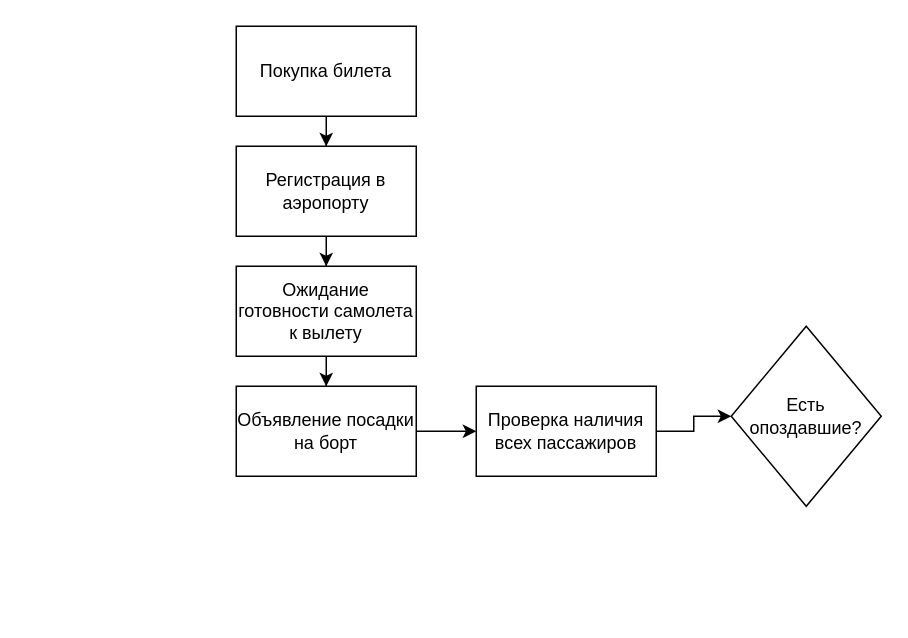
Before: Диаграмма без названия.drawio in dimi34alex/tipis, a draw.io diagram. Source tidied: cells renumbered, new cells numbered last; positions are measured from the earlier drawing's top-left corner, leaving out a move shared by most shapes. Both pictures are drawn from the tidied source at 150%, with x=0, y=0 at pixel (236, 26).
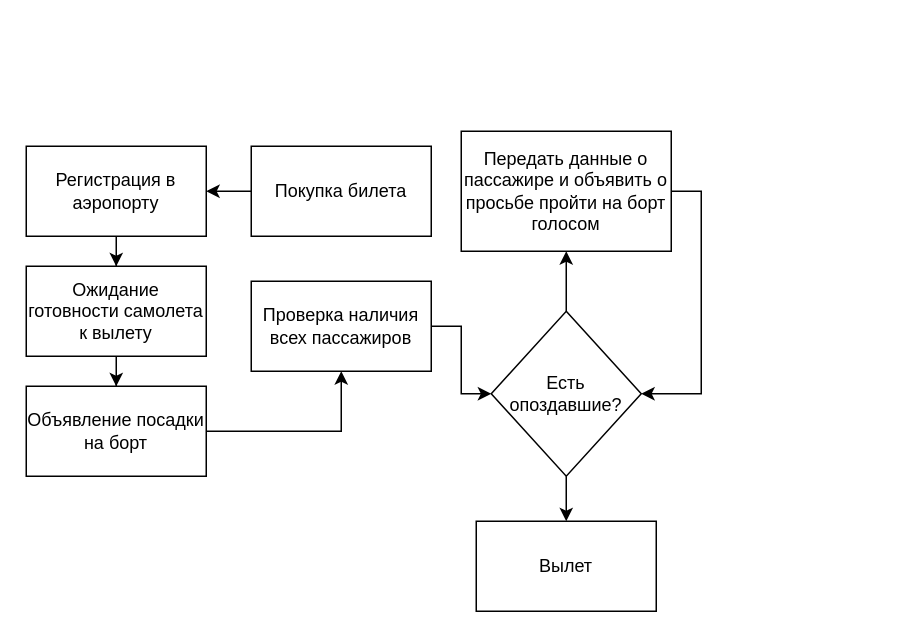
Above is the later version.

What changed in the source:
```diff
@@
 <mxGraphModel>
   <root>
     <mxCell id="0" />
     <mxCell id="1" parent="0" />
-    <mxCell id="2" style="edgeStyle=orthogonalEdgeStyle;rounded=0;jettySize=auto;html=1;entryX=0.5;entryY=0;entryDx=0;entryDy=0;" parent="1" edge="1" source="3" target="5">
+    <mxCell id="2" style="edgeStyle=orthogonalEdgeStyle;rounded=0;jettySize=auto;html=1;" parent="1" edge="1" source="3" target="5">
       <mxGeometry relative="1" as="geometry" />
     </mxCell>
     <mxCell id="3" value="Покупка билета" style="rounded=0;whiteSpace=wrap;html=1;" parent="1" vertex="1">
-      <mxGeometry width="120" height="60" as="geometry" />
+      <mxGeometry x="10" y="80" width="120" height="60" as="geometry" />
     </mxCell>
     <mxCell id="4" style="edgeStyle=orthogonalEdgeStyle;rounded=0;jettySize=auto;html=1;entryX=0.5;entryY=0;entryDx=0;entryDy=0;" parent="1" edge="1" source="5" target="9">
       <mxGeometry relative="1" as="geometry" />
     </mxCell>
     <mxCell id="5" value="Регистрация в аэропорту" style="whiteSpace=wrap;html=1;rounded=0;" parent="1" vertex="1">
-      <mxGeometry y="80" width="120" height="60" as="geometry" />
+      <mxGeometry x="-140" y="80" width="120" height="60" as="geometry" />
     </mxCell>
     <mxCell id="6" style="edgeStyle=orthogonalEdgeStyle;rounded=0;jettySize=auto;html=1;" parent="1" edge="1" source="7" target="11">
       <mxGeometry relative="1" as="geometry" />
     </mxCell>
     <mxCell id="7" value="Объявление посадки на борт" style="whiteSpace=wrap;html=1;rounded=0;glass=0;" parent="1" vertex="1">
-      <mxGeometry y="240" width="120" height="60" as="geometry" />
+      <mxGeometry x="-140" y="240" width="120" height="60" as="geometry" />
     </mxCell>
     <mxCell id="8" style="edgeStyle=orthogonalEdgeStyle;rounded=0;jettySize=auto;html=1;" parent="1" edge="1" source="9" target="7">
       <mxGeometry relative="1" as="geometry" />
     </mxCell>
     <mxCell id="9" value="Ожидание готовности самолета к вылету" style="rounded=0;whiteSpace=wrap;html=1;glass=0;" parent="1" vertex="1">
-      <mxGeometry y="160" width="120" height="60" as="geometry" />
+      <mxGeometry x="-140" y="160" width="120" height="60" as="geometry" />
     </mxCell>
     <mxCell id="10" style="edgeStyle=orthogonalEdgeStyle;rounded=0;jettySize=auto;html=1;" parent="1" edge="1" source="11" target="12">
       <mxGeometry relative="1" as="geometry" />
     </mxCell>
     <mxCell id="11" value="Проверка наличия всех пассажиров" style="rounded=0;whiteSpace=wrap;html=1;glass=0;" parent="1" vertex="1">
-      <mxGeometry x="160" y="240" width="120" height="60" as="geometry" />
+      <mxGeometry x="10" y="170" width="120" height="60" as="geometry" />
     </mxCell>
+    <mxCell id="13" style="edgeStyle=orthogonalEdgeStyle;rounded=0;jettySize=auto;html=1;" parent="1" edge="1" source="12" target="16">
+      <mxGeometry relative="1" as="geometry" />
+    </mxCell>
+    <mxCell id="14" style="edgeStyle=orthogonalEdgeStyle;rounded=0;jettySize=auto;html=1;" parent="1" edge="1" source="12" target="17">
+      <mxGeometry relative="1" as="geometry" />
+    </mxCell>
     <mxCell id="12" value="Есть опоздавшие?" style="rhombus;whiteSpace=wrap;html=1;rounded=0;glass=0;" parent="1" vertex="1">
-      <mxGeometry x="330" y="200" width="100" height="120" as="geometry" />
+      <mxGeometry x="170" y="190" width="100" height="110" as="geometry" />
     </mxCell>
+    <mxCell id="15" style="edgeStyle=orthogonalEdgeStyle;rounded=0;jettySize=auto;html=1;entryX=1;entryY=0.5;entryDx=0;entryDy=0;exitX=1;exitY=0.5;exitDx=0;exitDy=0;" parent="1" edge="1" source="16" target="12">
+      <mxGeometry relative="1" as="geometry" />
+    </mxCell>
+    <mxCell id="16" value="Передать данные о пассажире и объявить о просьбе пройти на борт голосом" style="whiteSpace=wrap;html=1;rounded=0;glass=0;" parent="1" vertex="1">
+      <mxGeometry x="150" y="70" width="140" height="80" as="geometry" />
+    </mxCell>
+    <mxCell id="17" value="Вылет" style="whiteSpace=wrap;html=1;rounded=0;glass=0;" parent="1" vertex="1">
+      <mxGeometry x="160" y="330" width="120" height="60" as="geometry" />
+    </mxCell>
   </root>
 </mxGraphModel>
```
